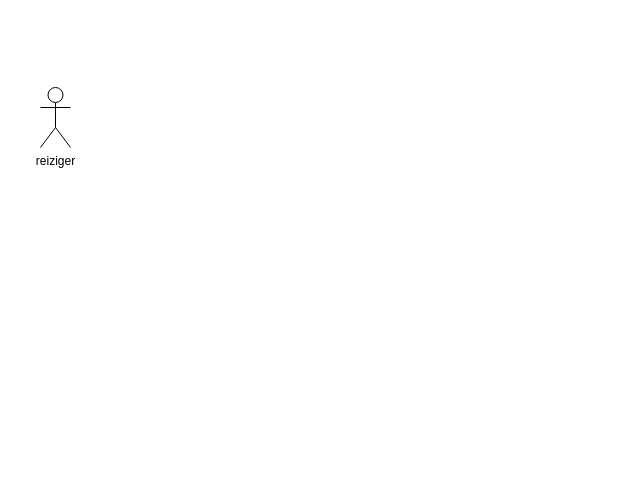
Orim12/diagroms-from-draw.io keeps this draw.io diagram as usecase.drawio. Above is the earlier version. Source tidied: cells renumbered, new cells numbered last; positions are measured from the earlier drawing's top-left corner, leaving out a move shared by most shapes. Both pictures are drawn from the tidied source at 100%, with x=0, y=0 at pixel (40, 87).
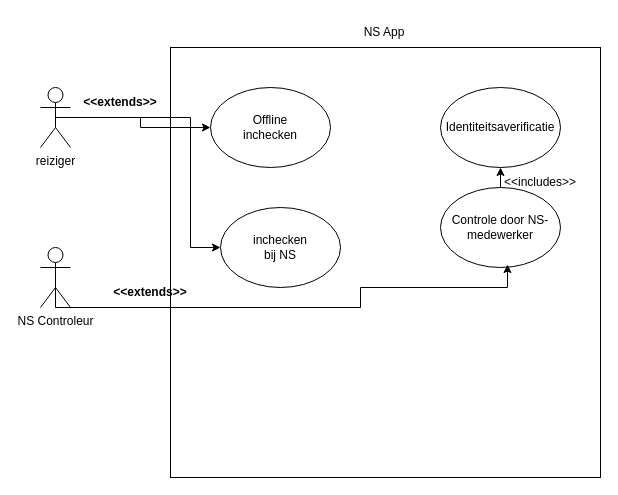
The same page after the edit.

Unchanged cells that the change refers to:
```xml
<mxCell id="2" value="&lt;div&gt;reiziger&lt;/div&gt;" style="shape=umlActor;verticalLabelPosition=bottom;verticalAlign=top;html=1;outlineConnect=0;labelPosition=center;align=center;" parent="1" vertex="1">
  <mxGeometry width="30" height="60" as="geometry" />
</mxCell>
```

What changed in the source:
```diff
@@
+    <mxCell id="3" value="&lt;div&gt;NS Controleur&lt;/div&gt;" style="shape=umlActor;verticalLabelPosition=bottom;verticalAlign=top;html=1;outlineConnect=0;" parent="1" vertex="1">
+      <mxGeometry y="160" width="30" height="60" as="geometry" />
+    </mxCell>
+    <mxCell id="4" style="whiteSpace=wrap;html=1;" parent="1" vertex="1">
+      <mxGeometry x="130" y="-40" width="430" height="430" as="geometry" />
+    </mxCell>
+    <mxCell id="5" value="NS App" style="text;html=1;align=center;verticalAlign=middle;whiteSpace=wrap;rounded=0;" parent="1" vertex="1">
+      <mxGeometry x="314" y="-70" width="60" height="30" as="geometry" />
+    </mxCell>
+    <mxCell id="6" value="Controle door NS-medewerker" style="ellipse;whiteSpace=wrap;html=1;" parent="1" vertex="1">
+      <mxGeometry x="400" y="100" width="120" height="80" as="geometry" />
+    </mxCell>
+    <mxCell id="7" style="group;" parent="1" vertex="1">
+      <mxGeometry x="180" y="120" width="120" height="80" as="geometry" />
+    </mxCell>
+    <mxCell id="8" style="ellipse;whiteSpace=wrap;html=1;" parent="7" vertex="1">
+      <mxGeometry width="120" height="80" as="geometry" />
+    </mxCell>
+    <mxCell id="9" value="inchecken bij NS" style="text;html=1;align=center;verticalAlign=middle;whiteSpace=wrap;rounded=0;" parent="7" vertex="1">
+      <mxGeometry x="30" y="25" width="60" height="30" as="geometry" />
+    </mxCell>
+    <mxCell id="10" style="group;" parent="1" vertex="1">
+      <mxGeometry x="400" width="120" height="80" as="geometry" />
+    </mxCell>
+    <mxCell id="11" style="ellipse;whiteSpace=wrap;html=1;" parent="10" vertex="1">
+      <mxGeometry width="120" height="80" as="geometry" />
+    </mxCell>
+    <mxCell id="12" value="Identiteitsaverificatie" style="text;html=1;align=center;verticalAlign=middle;whiteSpace=wrap;rounded=0;" parent="10" vertex="1">
+      <mxGeometry x="30" y="25" width="60" height="30" as="geometry" />
+    </mxCell>
+    <mxCell id="13" style="group;" parent="1" vertex="1">
+      <mxGeometry x="170" width="120" height="80" as="geometry" />
+    </mxCell>
+    <mxCell id="14" style="ellipse;whiteSpace=wrap;html=1;" parent="13" vertex="1">
+      <mxGeometry width="120" height="80" as="geometry" />
+    </mxCell>
+    <mxCell id="15" value="Offline inchecken" style="text;html=1;align=center;verticalAlign=middle;whiteSpace=wrap;rounded=0;" parent="13" vertex="1">
+      <mxGeometry x="30" y="25" width="60" height="30" as="geometry" />
+    </mxCell>
+    <mxCell id="16" style="edgeStyle=orthogonalEdgeStyle;rounded=0;jettySize=auto;html=1;exitX=0.5;exitY=0.5;exitDx=0;exitDy=0;exitPerimeter=0;" parent="1" edge="1" source="2" target="8">
+      <mxGeometry relative="1" as="geometry">
+        <Array as="points">
+          <mxPoint x="150" y="30" />
+          <mxPoint x="150" y="160" />
+        </Array>
+      </mxGeometry>
+    </mxCell>
+    <mxCell id="17" style="edgeStyle=orthogonalEdgeStyle;rounded=0;jettySize=auto;html=1;exitX=0.5;exitY=0.5;exitDx=0;exitDy=0;exitPerimeter=0;" parent="1" edge="1" source="2" target="14">
+      <mxGeometry relative="1" as="geometry" />
+    </mxCell>
+    <mxCell id="18" style="edgeStyle=orthogonalEdgeStyle;rounded=0;jettySize=auto;html=1;exitX=0.5;exitY=0.5;exitDx=0;exitDy=0;exitPerimeter=0;entryX=0.558;entryY=0.963;entryDx=0;entryDy=0;entryPerimeter=0;" parent="1" edge="1" source="3" target="6">
+      <mxGeometry relative="1" as="geometry">
+        <Array as="points">
+          <mxPoint x="15" y="220" />
+          <mxPoint x="320" y="220" />
+          <mxPoint x="320" y="200" />
+          <mxPoint x="467" y="200" />
+        </Array>
+      </mxGeometry>
+    </mxCell>
+    <mxCell id="19" style="endArrow=classic;html=1;rounded=0;entryX=0.5;entryY=1;entryDx=0;entryDy=0;exitX=0.5;exitY=0;exitDx=0;exitDy=0;" parent="1" edge="1" source="6" target="11">
+      <mxGeometry relative="1" as="geometry" />
+    </mxCell>
+    <mxCell id="20" value="&amp;lt;&amp;lt;includes&amp;gt;&amp;gt;" style="text;html=1;align=center;verticalAlign=middle;whiteSpace=wrap;rounded=0;" parent="1" vertex="1">
+      <mxGeometry x="470" y="80" width="60" height="30" as="geometry" />
+    </mxCell>
+    <mxCell id="21" value=" &lt;strong&gt;&amp;lt;&amp;lt;extends&amp;gt;&amp;gt;&lt;/strong&gt;" style="text;html=1;align=center;verticalAlign=middle;whiteSpace=wrap;rounded=0;" parent="1" vertex="1">
+      <mxGeometry x="80" y="190" width="60" height="30" as="geometry" />
+    </mxCell>
+    <mxCell id="22" value=" &lt;strong&gt;&amp;lt;&amp;lt;extends&amp;gt;&amp;gt;&lt;/strong&gt;" style="text;html=1;align=center;verticalAlign=middle;whiteSpace=wrap;rounded=0;" parent="1" vertex="1">
+      <mxGeometry x="50" width="60" height="30" as="geometry" />
+    </mxCell>
```
